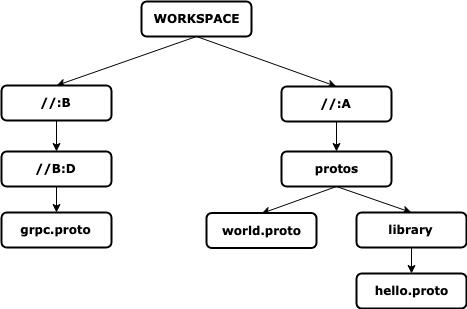
grpc/proposal keeps this draw.io diagram as L56_graphics/hierarchy1.png. Above is the earlier version. Source tidied: cells renumbered, new cells last; positions are measured from the earlier drawing's top-left corner, leaving out a move shared by most shapes. The source it was exported from:
```xml
<mxGraphModel background="#ffffff">
  <root>
    <mxCell id="0" />
    <mxCell id="1" parent="0" />
    <mxCell id="2" style="rounded=0;jettySize=auto;html=1;exitX=0.5;exitY=1;exitDx=0;exitDy=0;entryX=0.5;entryY=0;entryDx=0;entryDy=0;" parent="1" edge="1" source="4" target="5">
      <mxGeometry relative="1" as="geometry" />
    </mxCell>
    <mxCell id="3" style="edgeStyle=none;rounded=0;jettySize=auto;html=1;exitX=0.5;exitY=1;exitDx=0;exitDy=0;entryX=0.5;entryY=0;entryDx=0;entryDy=0;" parent="1" edge="1" source="4" target="7">
      <mxGeometry relative="1" as="geometry" />
    </mxCell>
    <mxCell id="4" value="WORKSPACE" style="whiteSpace=wrap;html=1;rounded=1;shadow=0;comic=0;strokeWidth=2;fillColor=#ffffff;fontFamily=Verdana;align=center;fontSize=12;fontStyle=1;" parent="1" vertex="1">
      <mxGeometry x="140" width="110" height="35" as="geometry" />
    </mxCell>
    <mxCell id="5" value="//:A" style="whiteSpace=wrap;html=1;rounded=1;shadow=0;comic=0;strokeWidth=2;fillColor=#ffffff;fontFamily=Verdana;align=center;fontSize=12;fontStyle=1;" parent="1" vertex="1">
      <mxGeometry x="280" y="85" width="110" height="35" as="geometry" />
    </mxCell>
    <mxCell id="6" style="edgeStyle=none;rounded=0;jettySize=auto;html=1;exitX=0.5;exitY=1;exitDx=0;exitDy=0;entryX=0.5;entryY=0;entryDx=0;entryDy=0;" parent="1" edge="1" source="7" target="17">
      <mxGeometry relative="1" as="geometry" />
    </mxCell>
    <mxCell id="7" value="//:B" style="whiteSpace=wrap;html=1;rounded=1;shadow=0;comic=0;strokeWidth=2;fillColor=#ffffff;fontFamily=Verdana;align=center;fontSize=12;fontStyle=1;" parent="1" vertex="1">
      <mxGeometry y="84" width="110" height="35" as="geometry" />
    </mxCell>
    <mxCell id="8" style="edgeStyle=none;rounded=0;jettySize=auto;html=1;exitX=0.5;exitY=1;exitDx=0;exitDy=0;entryX=0.5;entryY=0;entryDx=0;entryDy=0;" parent="1" edge="1" source="10" target="11">
      <mxGeometry relative="1" as="geometry" />
    </mxCell>
    <mxCell id="9" style="edgeStyle=none;rounded=0;jettySize=auto;html=1;exitX=0.5;exitY=1;exitDx=0;exitDy=0;entryX=0.5;entryY=0;entryDx=0;entryDy=0;" parent="1" edge="1" source="10" target="13">
      <mxGeometry relative="1" as="geometry" />
    </mxCell>
    <mxCell id="10" value="protos" style="whiteSpace=wrap;html=1;rounded=1;shadow=0;comic=0;strokeWidth=2;fillColor=#ffffff;fontFamily=Verdana;align=center;fontSize=12;fontStyle=1;" parent="1" vertex="1">
      <mxGeometry x="280" y="150" width="110" height="35" as="geometry" />
    </mxCell>
    <mxCell id="11" value="world.proto" style="whiteSpace=wrap;html=1;rounded=1;shadow=0;comic=0;strokeWidth=2;fillColor=#ffffff;fontFamily=Verdana;align=center;fontSize=12;fontStyle=1;" parent="1" vertex="1">
      <mxGeometry x="205" y="211.5" width="110" height="35" as="geometry" />
    </mxCell>
    <mxCell id="12" style="edgeStyle=none;rounded=0;jettySize=auto;html=1;exitX=0.5;exitY=1;exitDx=0;exitDy=0;entryX=0.5;entryY=0;entryDx=0;entryDy=0;" parent="1" edge="1" source="13" target="15">
      <mxGeometry relative="1" as="geometry" />
    </mxCell>
    <mxCell id="13" value="library" style="whiteSpace=wrap;html=1;rounded=1;shadow=0;comic=0;strokeWidth=2;fillColor=#ffffff;fontFamily=Verdana;align=center;fontSize=12;fontStyle=1;" parent="1" vertex="1">
      <mxGeometry x="355" y="211" width="110" height="35" as="geometry" />
    </mxCell>
    <mxCell id="14" style="edgeStyle=none;rounded=0;jettySize=auto;html=1;exitX=0.5;exitY=1;exitDx=0;exitDy=0;entryX=0.5;entryY=0;entryDx=0;entryDy=0;" parent="1" edge="1" source="5" target="10">
      <mxGeometry relative="1" as="geometry" />
    </mxCell>
    <mxCell id="15" value="hello.proto" style="whiteSpace=wrap;html=1;rounded=1;shadow=0;comic=0;strokeWidth=2;fillColor=#ffffff;fontFamily=Verdana;align=center;fontSize=12;fontStyle=1;" parent="1" vertex="1">
      <mxGeometry x="355" y="272" width="110" height="35" as="geometry" />
    </mxCell>
    <mxCell id="16" style="edgeStyle=none;rounded=0;jettySize=auto;html=1;exitX=0.5;exitY=1;exitDx=0;exitDy=0;entryX=0.5;entryY=0;entryDx=0;entryDy=0;" parent="1" edge="1" source="17" target="18">
      <mxGeometry relative="1" as="geometry" />
    </mxCell>
    <mxCell id="17" value="//B:D" style="whiteSpace=wrap;html=1;rounded=1;shadow=0;comic=0;strokeWidth=2;fillColor=#ffffff;fontFamily=Verdana;align=center;fontSize=12;fontStyle=1;" parent="1" vertex="1">
      <mxGeometry y="150" width="110" height="35" as="geometry" />
    </mxCell>
    <mxCell id="18" value="grpc.proto" style="whiteSpace=wrap;html=1;rounded=1;shadow=0;comic=0;strokeWidth=2;fillColor=#ffffff;fontFamily=Verdana;align=center;fontSize=12;fontStyle=1;" parent="1" vertex="1">
      <mxGeometry y="211" width="110" height="35" as="geometry" />
    </mxCell>
  </root>
</mxGraphModel>
```
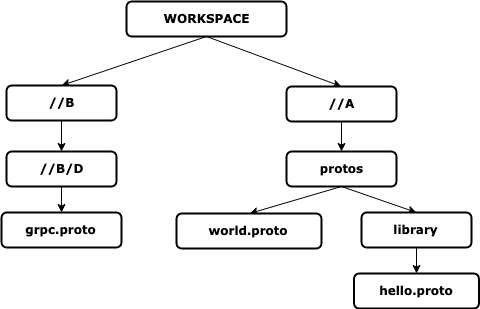
Above is the later version.

Commit message:
Updated proposal: Clarified labels and packages in figures Renamed targets to reflect change Documented newly defined functions

What changed in the source:
```diff
@@ -9,15 +9,15 @@
       <mxGeometry relative="1" as="geometry" />
     </mxCell>
     <mxCell id="4" value="WORKSPACE" style="whiteSpace=wrap;html=1;rounded=1;shadow=0;comic=0;strokeWidth=2;fillColor=#ffffff;fontFamily=Verdana;align=center;fontSize=12;fontStyle=1;" parent="1" vertex="1">
-      <mxGeometry x="140" width="110" height="35" as="geometry" />
+      <mxGeometry x="120" width="160" height="35" as="geometry" />
     </mxCell>
-    <mxCell id="5" value="//:A" style="whiteSpace=wrap;html=1;rounded=1;shadow=0;comic=0;strokeWidth=2;fillColor=#ffffff;fontFamily=Verdana;align=center;fontSize=12;fontStyle=1;" parent="1" vertex="1">
+    <mxCell id="5" value="//A" style="whiteSpace=wrap;html=1;rounded=1;shadow=0;comic=0;strokeWidth=2;fillColor=#ffffff;fontFamily=Verdana;align=center;fontSize=12;fontStyle=1;" parent="1" vertex="1">
       <mxGeometry x="280" y="85" width="110" height="35" as="geometry" />
     </mxCell>
     <mxCell id="6" style="edgeStyle=none;rounded=0;jettySize=auto;html=1;exitX=0.5;exitY=1;exitDx=0;exitDy=0;entryX=0.5;entryY=0;entryDx=0;entryDy=0;" parent="1" edge="1" source="7" target="17">
       <mxGeometry relative="1" as="geometry" />
     </mxCell>
-    <mxCell id="7" value="//:B" style="whiteSpace=wrap;html=1;rounded=1;shadow=0;comic=0;strokeWidth=2;fillColor=#ffffff;fontFamily=Verdana;align=center;fontSize=12;fontStyle=1;" parent="1" vertex="1">
+    <mxCell id="7" value="//B" style="whiteSpace=wrap;html=1;rounded=1;shadow=0;comic=0;strokeWidth=2;fillColor=#ffffff;fontFamily=Verdana;align=center;fontSize=12;fontStyle=1;" parent="1" vertex="1">
       <mxGeometry y="84" width="110" height="35" as="geometry" />
     </mxCell>
     <mxCell id="8" style="edgeStyle=none;rounded=0;jettySize=auto;html=1;exitX=0.5;exitY=1;exitDx=0;exitDy=0;entryX=0.5;entryY=0;entryDx=0;entryDy=0;" parent="1" edge="1" source="10" target="11">
@@ -30,7 +30,7 @@
       <mxGeometry x="280" y="150" width="110" height="35" as="geometry" />
     </mxCell>
     <mxCell id="11" value="world.proto" style="whiteSpace=wrap;html=1;rounded=1;shadow=0;comic=0;strokeWidth=2;fillColor=#ffffff;fontFamily=Verdana;align=center;fontSize=12;fontStyle=1;" parent="1" vertex="1">
-      <mxGeometry x="205" y="211.5" width="110" height="35" as="geometry" />
+      <mxGeometry x="170" y="212" width="145" height="35" as="geometry" />
     </mxCell>
     <mxCell id="12" style="edgeStyle=none;rounded=0;jettySize=auto;html=1;exitX=0.5;exitY=1;exitDx=0;exitDy=0;entryX=0.5;entryY=0;entryDx=0;entryDy=0;" parent="1" edge="1" source="13" target="15">
       <mxGeometry relative="1" as="geometry" />
@@ -42,16 +42,16 @@
       <mxGeometry relative="1" as="geometry" />
     </mxCell>
     <mxCell id="15" value="hello.proto" style="whiteSpace=wrap;html=1;rounded=1;shadow=0;comic=0;strokeWidth=2;fillColor=#ffffff;fontFamily=Verdana;align=center;fontSize=12;fontStyle=1;" parent="1" vertex="1">
-      <mxGeometry x="355" y="272" width="110" height="35" as="geometry" />
+      <mxGeometry x="347.5" y="272" width="125" height="35" as="geometry" />
     </mxCell>
     <mxCell id="16" style="edgeStyle=none;rounded=0;jettySize=auto;html=1;exitX=0.5;exitY=1;exitDx=0;exitDy=0;entryX=0.5;entryY=0;entryDx=0;entryDy=0;" parent="1" edge="1" source="17" target="18">
       <mxGeometry relative="1" as="geometry" />
     </mxCell>
-    <mxCell id="17" value="//B:D" style="whiteSpace=wrap;html=1;rounded=1;shadow=0;comic=0;strokeWidth=2;fillColor=#ffffff;fontFamily=Verdana;align=center;fontSize=12;fontStyle=1;" parent="1" vertex="1">
+    <mxCell id="17" value="//B/D" style="whiteSpace=wrap;html=1;rounded=1;shadow=0;comic=0;strokeWidth=2;fillColor=#ffffff;fontFamily=Verdana;align=center;fontSize=12;fontStyle=1;" parent="1" vertex="1">
       <mxGeometry y="150" width="110" height="35" as="geometry" />
     </mxCell>
     <mxCell id="18" value="grpc.proto" style="whiteSpace=wrap;html=1;rounded=1;shadow=0;comic=0;strokeWidth=2;fillColor=#ffffff;fontFamily=Verdana;align=center;fontSize=12;fontStyle=1;" parent="1" vertex="1">
-      <mxGeometry y="211" width="110" height="35" as="geometry" />
+      <mxGeometry x="-5" y="211" width="120" height="35" as="geometry" />
     </mxCell>
   </root>
 </mxGraphModel>
```
